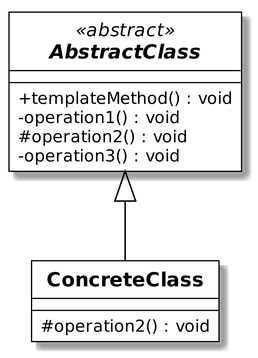
Earlier version of the PlantUML export patterns/general/template/uml/template_classDiagram.png (HSGNHR/POS).
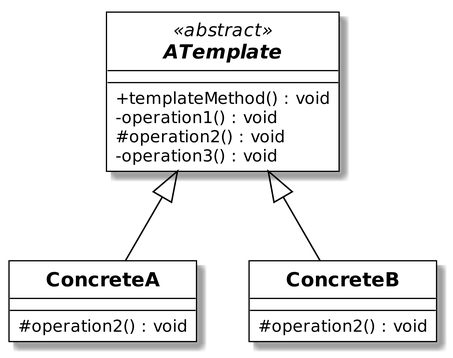
After the commit.

Diff of the diagram source:
```diff
@@ -71,17 +71,22 @@
 hide circle
 
 
-abstract class AbstractClass << abstract >> {
+abstract class ATemplate << abstract >> {
   + templateMethod() : void
   - operation1() : void
   # operation2() : void
   - operation3() : void
 }
 
-class ConcreteClass {
+class ConcreteA {
   # operation2() : void
 }
 
-AbstractClass <|-- ConcreteClass
+class ConcreteB {
+  # operation2() : void
+}
+
+ATemplate <|-- ConcreteA
+ATemplate <|-- ConcreteB
 
 @enduml
```
